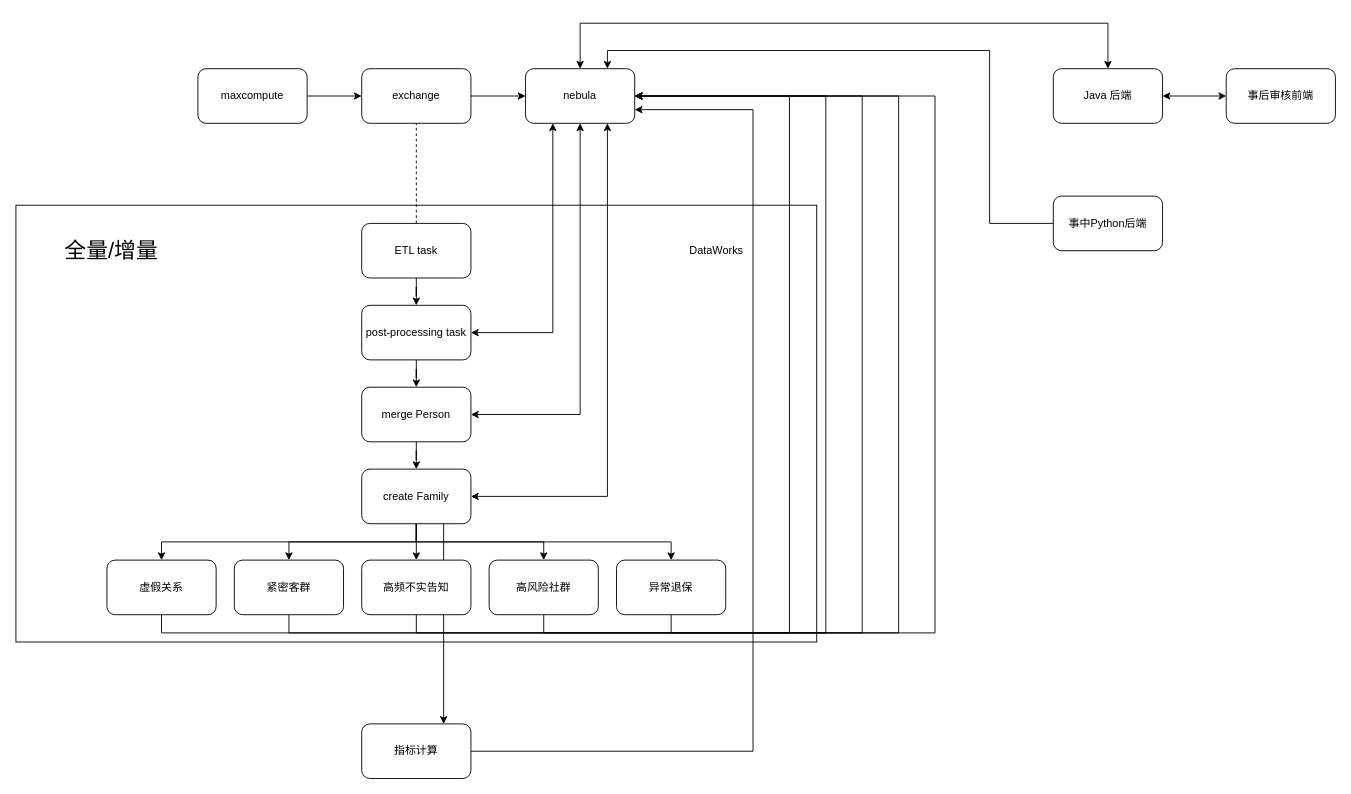
Earlier version of the draw.io diagram 友邦/架构.drawio (XiaoLiuAI/diagrams). Source tidied: cells renumbered, new cells numbered last; positions are measured from the earlier drawing's top-left corner, leaving out a move shared by most shapes. Both pictures are drawn from the tidied source at 91%, with x=0, y=0 at pixel (15, 23).
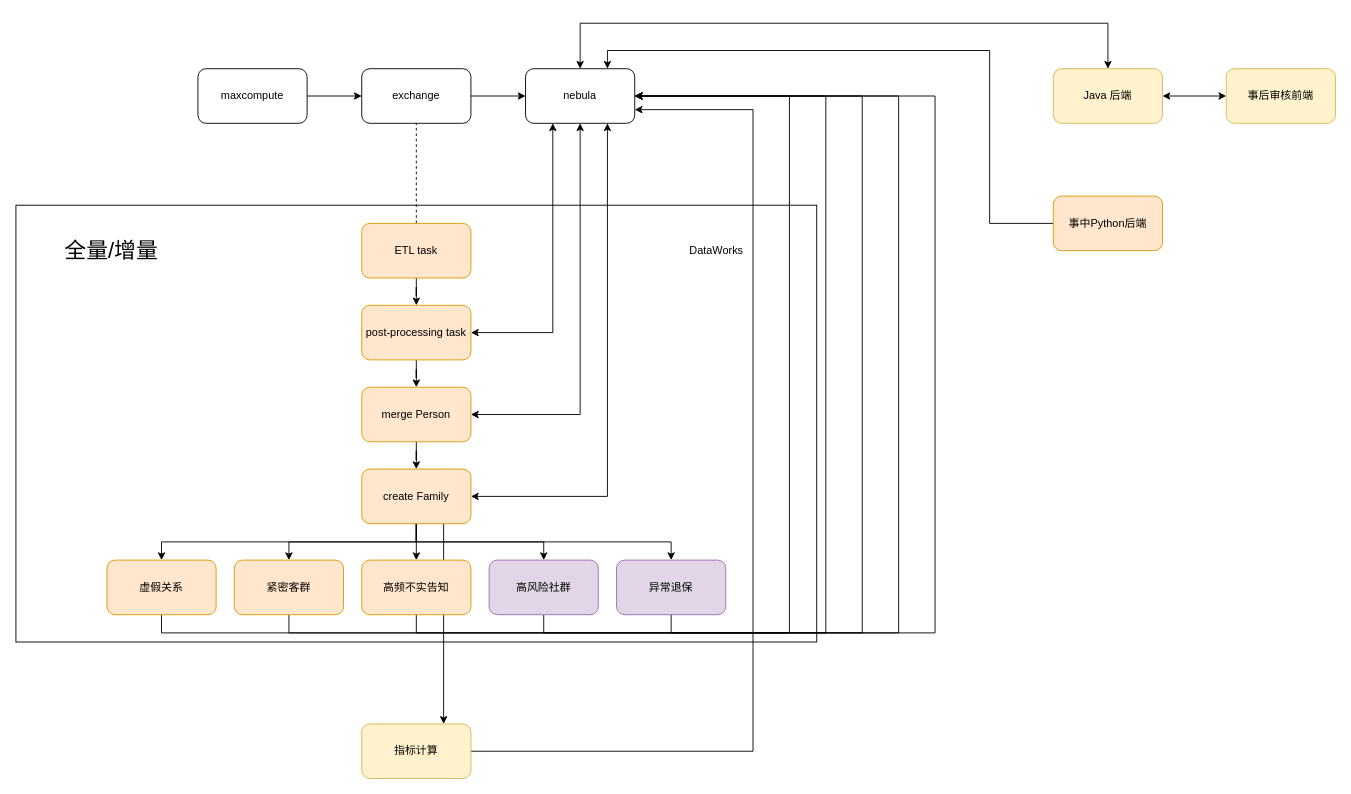
The same diagram, later.

Change to the diagram source:
```diff
@@
-    <mxCell id="11" value="ETL task" style="rounded=1;whiteSpace=wrap;html=1;" parent="1" vertex="1">
+    <mxCell id="11" value="ETL task" style="rounded=1;whiteSpace=wrap;html=1;fillColor=#ffe6cc;strokeColor=#d79b00;" parent="1" vertex="1">
       <mxGeometry x="380" y="220" width="120" height="60" as="geometry" />
     </mxCell>
@@
-    <mxCell id="14" value="post-processing task" style="rounded=1;whiteSpace=wrap;html=1;" parent="1" vertex="1">
+    <mxCell id="14" value="post-processing task" style="rounded=1;whiteSpace=wrap;html=1;fillColor=#ffe6cc;strokeColor=#d79b00;" parent="1" vertex="1">
       <mxGeometry x="380" y="310" width="120" height="60" as="geometry" />
     </mxCell>
@@
-    <mxCell id="17" value="merge Person" style="rounded=1;whiteSpace=wrap;html=1;" parent="1" vertex="1">
+    <mxCell id="17" value="merge Person" style="rounded=1;whiteSpace=wrap;html=1;fillColor=#ffe6cc;strokeColor=#d79b00;" parent="1" vertex="1">
       <mxGeometry x="380" y="400" width="120" height="60" as="geometry" />
     </mxCell>
@@
-    <mxCell id="25" value="create Family" style="rounded=1;whiteSpace=wrap;html=1;" parent="1" vertex="1">
+    <mxCell id="25" value="create Family" style="rounded=1;whiteSpace=wrap;html=1;fillColor=#ffe6cc;strokeColor=#d79b00;" parent="1" vertex="1">
       <mxGeometry x="380" y="490" width="120" height="60" as="geometry" />
     </mxCell>
@@
-    <mxCell id="27" value="虚假关系" style="rounded=1;whiteSpace=wrap;html=1;" parent="1" vertex="1">
+    <mxCell id="27" value="虚假关系" style="rounded=1;whiteSpace=wrap;html=1;fillColor=#ffe6cc;strokeColor=#d79b00;" parent="1" vertex="1">
       <mxGeometry x="100" y="590" width="120" height="60" as="geometry" />
     </mxCell>
@@
-    <mxCell id="29" value="紧密客群" style="rounded=1;whiteSpace=wrap;html=1;" parent="1" vertex="1">
+    <mxCell id="29" value="紧密客群" style="rounded=1;whiteSpace=wrap;html=1;fillColor=#ffe6cc;strokeColor=#d79b00;" parent="1" vertex="1">
       <mxGeometry x="240" y="590" width="120" height="60" as="geometry" />
     </mxCell>
@@
-    <mxCell id="31" value="高频不实告知" style="rounded=1;whiteSpace=wrap;html=1;" parent="1" vertex="1">
+    <mxCell id="31" value="高频不实告知" style="rounded=1;whiteSpace=wrap;html=1;fillColor=#ffe6cc;strokeColor=#d79b00;" parent="1" vertex="1">
       <mxGeometry x="380" y="590" width="120" height="60" as="geometry" />
     </mxCell>
@@
-    <mxCell id="33" value="高风险社群" style="rounded=1;whiteSpace=wrap;html=1;" parent="1" vertex="1">
+    <mxCell id="33" value="高风险社群" style="rounded=1;whiteSpace=wrap;html=1;fillColor=#e1d5e7;strokeColor=#9673a6;" parent="1" vertex="1">
       <mxGeometry x="520" y="590" width="120" height="60" as="geometry" />
     </mxCell>
@@
-    <mxCell id="35" value="异常退保" style="rounded=1;whiteSpace=wrap;html=1;" parent="1" vertex="1">
+    <mxCell id="35" value="异常退保" style="rounded=1;whiteSpace=wrap;html=1;fillColor=#e1d5e7;strokeColor=#9673a6;" parent="1" vertex="1">
       <mxGeometry x="660" y="590" width="120" height="60" as="geometry" />
     </mxCell>
@@
-    <mxCell id="38" value="Java 后端" style="rounded=1;whiteSpace=wrap;html=1;" parent="1" vertex="1">
+    <mxCell id="38" value="Java 后端" style="rounded=1;whiteSpace=wrap;html=1;fillColor=#fff2cc;strokeColor=#d6b656;" parent="1" vertex="1">
       <mxGeometry x="1140" y="50" width="120" height="60" as="geometry" />
     </mxCell>
-    <mxCell id="39" value="事后审核前端" style="rounded=1;whiteSpace=wrap;html=1;" parent="1" vertex="1">
+    <mxCell id="39" value="事后审核前端" style="rounded=1;whiteSpace=wrap;html=1;fillColor=#fff2cc;strokeColor=#d6b656;" parent="1" vertex="1">
       <mxGeometry x="1330" y="50" width="120" height="60" as="geometry" />
     </mxCell>
@@
-    <mxCell id="41" value="事中Python后端" style="rounded=1;whiteSpace=wrap;html=1;" parent="1" vertex="1">
+    <mxCell id="41" value="事中Python后端" style="rounded=1;whiteSpace=wrap;html=1;fillColor=#ffe6cc;strokeColor=#d79b00;" parent="1" vertex="1">
       <mxGeometry x="1140" y="190" width="120" height="60" as="geometry" />
     </mxCell>
@@
-    <mxCell id="44" value="指标计算" style="rounded=1;whiteSpace=wrap;html=1;" parent="1" vertex="1">
+    <mxCell id="44" value="指标计算" style="rounded=1;whiteSpace=wrap;html=1;fillColor=#fff2cc;strokeColor=#d6b656;" parent="1" vertex="1">
       <mxGeometry x="380" y="770" width="120" height="60" as="geometry" />
     </mxCell>
```
